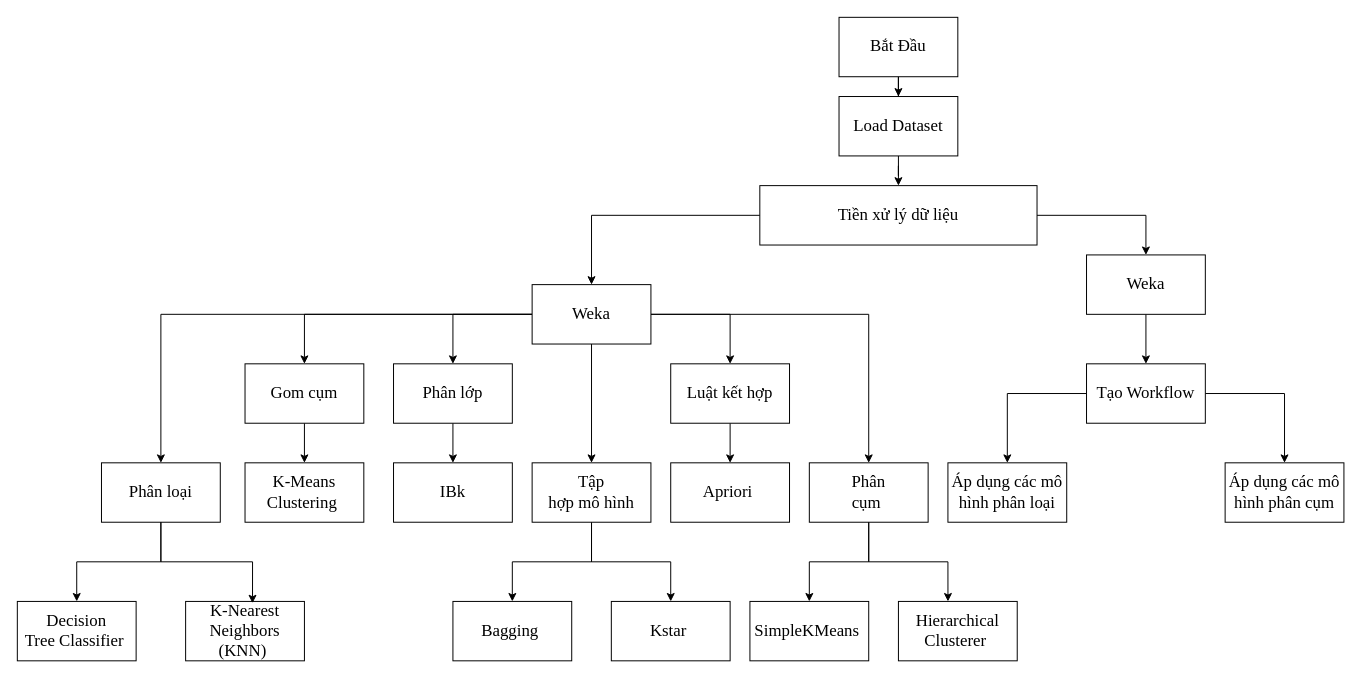
Before: Biểu đồ không có tiêu đề.drawio in holyminhlu/Python, a draw.io diagram. Source tidied: cells renumbered, new cells numbered last; positions are measured from the earlier drawing's top-left corner, leaving out a move shared by most shapes. Both pictures are drawn from the tidied source at 99%, with x=0, y=0 at pixel (17, 17).
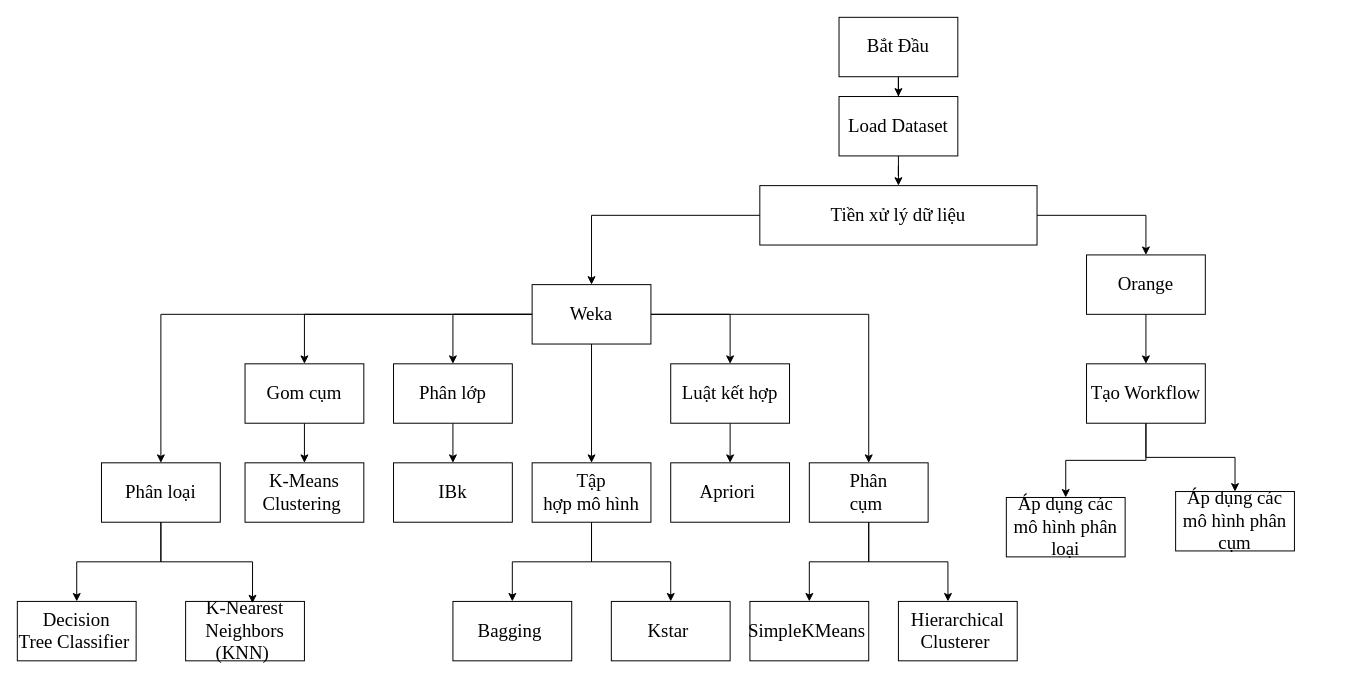
The same diagram, later.

Commit message:
Cập nhật Biểu đồ không có tiêu đề.drawio

Diff of the diagram source:
```diff
@@
-    <mxCell id="2" style="edgeStyle=orthogonalEdgeStyle;rounded=0;jettySize=auto;html=1;entryX=0.5;entryY=0;entryDx=0;entryDy=0;fontSize=17;fontFamily=Times New Roman;" parent="1" edge="1" source="3" target="5">
+    <mxCell id="2" style="edgeStyle=orthogonalEdgeStyle;rounded=0;jettySize=auto;html=1;entryX=0.5;entryY=0;entryDx=0;entryDy=0;fontSize=19;fontFamily=Times New Roman;" parent="1" edge="1" source="3" target="5">
       <mxGeometry relative="1" as="geometry" />
     </mxCell>
-    <mxCell id="3" value="Bắt Đầu" style="rounded=0;whiteSpace=wrap;html=1;fontSize=17;fontFamily=Times New Roman;" parent="1" vertex="1">
+    <mxCell id="3" value="Bắt Đầu" style="rounded=0;whiteSpace=wrap;html=1;fontSize=19;fontFamily=Times New Roman;" parent="1" vertex="1">
       <mxGeometry x="830" width="120" height="60" as="geometry" />
     </mxCell>
-    <mxCell id="4" style="edgeStyle=orthogonalEdgeStyle;rounded=0;jettySize=auto;html=1;entryX=0.5;entryY=0;entryDx=0;entryDy=0;fontSize=17;fontFamily=Times New Roman;" parent="1" edge="1" source="5" target="38">
+    <mxCell id="4" style="edgeStyle=orthogonalEdgeStyle;rounded=0;jettySize=auto;html=1;entryX=0.5;entryY=0;entryDx=0;entryDy=0;fontSize=19;fontFamily=Times New Roman;" parent="1" edge="1" source="5" target="38">
       <mxGeometry relative="1" as="geometry" />
     </mxCell>
-    <mxCell id="5" value="Load Dataset" style="rounded=0;whiteSpace=wrap;html=1;fontSize=17;fontFamily=Times New Roman;" parent="1" vertex="1">
+    <mxCell id="5" value="Load Dataset" style="rounded=0;whiteSpace=wrap;html=1;fontSize=19;fontFamily=Times New Roman;" parent="1" vertex="1">
       <mxGeometry x="830" y="80" width="120" height="60" as="geometry" />
     </mxCell>
-    <mxCell id="6" style="edgeStyle=orthogonalEdgeStyle;rounded=0;jettySize=auto;html=1;fontSize=17;fontFamily=Times New Roman;" parent="1" edge="1" source="12" target="13">
+    <mxCell id="6" style="edgeStyle=orthogonalEdgeStyle;rounded=0;jettySize=auto;html=1;fontSize=19;fontFamily=Times New Roman;" parent="1" edge="1" source="12" target="13">
       <mxGeometry relative="1" as="geometry" />
     </mxCell>
-    <mxCell id="7" style="edgeStyle=orthogonalEdgeStyle;rounded=0;jettySize=auto;html=1;entryX=0.5;entryY=0;entryDx=0;entryDy=0;fontSize=17;fontFamily=Times New Roman;" parent="1" edge="1" source="12" target="19">
+    <mxCell id="7" style="edgeStyle=orthogonalEdgeStyle;rounded=0;jettySize=auto;html=1;entryX=0.5;entryY=0;entryDx=0;entryDy=0;fontSize=19;fontFamily=Times New Roman;" parent="1" edge="1" source="12" target="19">
       <mxGeometry relative="1" as="geometry" />
     </mxCell>
-    <mxCell id="8" style="edgeStyle=orthogonalEdgeStyle;rounded=0;jettySize=auto;html=1;entryX=0.5;entryY=0;entryDx=0;entryDy=0;fontSize=17;fontFamily=Times New Roman;" parent="1" edge="1" source="12" target="22">
+    <mxCell id="8" style="edgeStyle=orthogonalEdgeStyle;rounded=0;jettySize=auto;html=1;entryX=0.5;entryY=0;entryDx=0;entryDy=0;fontSize=19;fontFamily=Times New Roman;" parent="1" edge="1" source="12" target="22">
       <mxGeometry relative="1" as="geometry" />
     </mxCell>
-    <mxCell id="9" style="edgeStyle=orthogonalEdgeStyle;rounded=0;jettySize=auto;html=1;entryX=0.5;entryY=0;entryDx=0;entryDy=0;fontSize=17;fontFamily=Times New Roman;" parent="1" edge="1" source="12" target="26">
+    <mxCell id="9" style="edgeStyle=orthogonalEdgeStyle;rounded=0;jettySize=auto;html=1;entryX=0.5;entryY=0;entryDx=0;entryDy=0;fontSize=19;fontFamily=Times New Roman;" parent="1" edge="1" source="12" target="26">
       <mxGeometry relative="1" as="geometry" />
     </mxCell>
-    <mxCell id="10" style="edgeStyle=orthogonalEdgeStyle;rounded=0;jettySize=auto;html=1;entryX=0.5;entryY=0;entryDx=0;entryDy=0;fontSize=17;fontFamily=Times New Roman;" parent="1" edge="1" source="12" target="30">
+    <mxCell id="10" style="edgeStyle=orthogonalEdgeStyle;rounded=0;jettySize=auto;html=1;entryX=0.5;entryY=0;entryDx=0;entryDy=0;fontSize=19;fontFamily=Times New Roman;" parent="1" edge="1" source="12" target="30">
       <mxGeometry relative="1" as="geometry" />
     </mxCell>
-    <mxCell id="11" style="edgeStyle=orthogonalEdgeStyle;rounded=0;jettySize=auto;html=1;entryX=0.5;entryY=0;entryDx=0;entryDy=0;fontSize=17;fontFamily=Times New Roman;" parent="1" edge="1" source="12" target="35">
+    <mxCell id="11" style="edgeStyle=orthogonalEdgeStyle;rounded=0;jettySize=auto;html=1;entryX=0.5;entryY=0;entryDx=0;entryDy=0;fontSize=19;fontFamily=Times New Roman;" parent="1" edge="1" source="12" target="35">
       <mxGeometry relative="1" as="geometry" />
     </mxCell>
-    <mxCell id="12" value="Weka" style="rounded=0;whiteSpace=wrap;html=1;fontSize=17;fontFamily=Times New Roman;" parent="1" vertex="1">
+    <mxCell id="12" value="Weka" style="rounded=0;whiteSpace=wrap;html=1;fontSize=19;fontFamily=Times New Roman;" parent="1" vertex="1">
       <mxGeometry x="520" y="270" width="120" height="60" as="geometry" />
     </mxCell>
-    <mxCell id="13" value="Phân loại" style="rounded=0;whiteSpace=wrap;html=1;fontSize=17;fontFamily=Times New Roman;" parent="1" vertex="1">
+    <mxCell id="13" value="Phân loại" style="rounded=0;whiteSpace=wrap;html=1;fontSize=19;fontFamily=Times New Roman;" parent="1" vertex="1">
       <mxGeometry x="85" y="450" width="120" height="60" as="geometry" />
     </mxCell>
-    <mxCell id="14" value="&lt;span&gt;Decision&lt;br&gt;Tree Classifier&lt;/span&gt;&lt;span style=&quot;background-color: transparent; color: light-dark(rgb(0, 0, 0), rgb(255, 255, 255));&quot;&gt;&amp;nbsp;&lt;/span&gt;" style="rounded=0;whiteSpace=wrap;html=1;fontSize=17;fontFamily=Times New Roman;" parent="1" vertex="1">
+    <mxCell id="14" value="&lt;span&gt;Decision&lt;br&gt;Tree Classifier&lt;/span&gt;&lt;span style=&quot;background-color: transparent; color: light-dark(rgb(0, 0, 0), rgb(255, 255, 255));&quot;&gt;&amp;nbsp;&lt;/span&gt;" style="rounded=0;whiteSpace=wrap;html=1;fontSize=19;fontFamily=Times New Roman;" parent="1" vertex="1">
       <mxGeometry y="590" width="120" height="60" as="geometry" />
     </mxCell>
-    <mxCell id="15" value="&lt;span&gt;K-Nearest Neighbors (KNN)&amp;nbsp;&lt;/span&gt;" style="rounded=0;whiteSpace=wrap;html=1;fontSize=17;fontFamily=Times New Roman;" parent="1" vertex="1">
+    <mxCell id="15" value="&lt;span&gt;K-Nearest Neighbors (KNN)&amp;nbsp;&lt;/span&gt;" style="rounded=0;whiteSpace=wrap;html=1;fontSize=19;fontFamily=Times New Roman;" parent="1" vertex="1">
       <mxGeometry x="170" y="590" width="120" height="60" as="geometry" />
     </mxCell>
-    <mxCell id="16" style="edgeStyle=orthogonalEdgeStyle;rounded=0;jettySize=auto;html=1;entryX=0.5;entryY=0;entryDx=0;entryDy=0;fontSize=17;fontFamily=Times New Roman;" parent="1" edge="1" source="13" target="14">
+    <mxCell id="16" style="edgeStyle=orthogonalEdgeStyle;rounded=0;jettySize=auto;html=1;entryX=0.5;entryY=0;entryDx=0;entryDy=0;fontSize=19;fontFamily=Times New Roman;" parent="1" edge="1" source="13" target="14">
       <mxGeometry relative="1" as="geometry" />
     </mxCell>
-    <mxCell id="17" style="edgeStyle=orthogonalEdgeStyle;rounded=0;jettySize=auto;html=1;entryX=0.563;entryY=0.03;entryDx=0;entryDy=0;entryPerimeter=0;fontSize=17;fontFamily=Times New Roman;" parent="1" edge="1" source="13" target="15">
+    <mxCell id="17" style="edgeStyle=orthogonalEdgeStyle;rounded=0;jettySize=auto;html=1;entryX=0.563;entryY=0.03;entryDx=0;entryDy=0;entryPerimeter=0;fontSize=19;fontFamily=Times New Roman;" parent="1" edge="1" source="13" target="15">
       <mxGeometry relative="1" as="geometry" />
     </mxCell>
-    <mxCell id="18" style="edgeStyle=orthogonalEdgeStyle;rounded=0;jettySize=auto;html=1;entryX=0.5;entryY=0;entryDx=0;entryDy=0;fontSize=17;fontFamily=Times New Roman;" parent="1" edge="1" source="19" target="20">
+    <mxCell id="18" style="edgeStyle=orthogonalEdgeStyle;rounded=0;jettySize=auto;html=1;entryX=0.5;entryY=0;entryDx=0;entryDy=0;fontSize=19;fontFamily=Times New Roman;" parent="1" edge="1" source="19" target="20">
       <mxGeometry relative="1" as="geometry" />
     </mxCell>
-    <mxCell id="19" value="Gom cụm" style="rounded=0;whiteSpace=wrap;html=1;fontSize=17;fontFamily=Times New Roman;" parent="1" vertex="1">
+    <mxCell id="19" value="Gom cụm" style="rounded=0;whiteSpace=wrap;html=1;fontSize=19;fontFamily=Times New Roman;" parent="1" vertex="1">
       <mxGeometry x="230" y="350" width="120" height="60" as="geometry" />
     </mxCell>
-    <mxCell id="20" value="&lt;span&gt;K-Means&lt;br&gt;Clustering&amp;nbsp;&lt;/span&gt;" style="rounded=0;whiteSpace=wrap;html=1;fontSize=17;fontFamily=Times New Roman;" parent="1" vertex="1">
+    <mxCell id="20" value="&lt;span&gt;K-Means&lt;br&gt;Clustering&amp;nbsp;&lt;/span&gt;" style="rounded=0;whiteSpace=wrap;html=1;fontSize=19;fontFamily=Times New Roman;" parent="1" vertex="1">
       <mxGeometry x="230" y="450" width="120" height="60" as="geometry" />
     </mxCell>
-    <mxCell id="21" style="edgeStyle=orthogonalEdgeStyle;rounded=0;jettySize=auto;html=1;fontSize=17;fontFamily=Times New Roman;" parent="1" edge="1" source="22" target="23">
+    <mxCell id="21" style="edgeStyle=orthogonalEdgeStyle;rounded=0;jettySize=auto;html=1;fontSize=19;fontFamily=Times New Roman;" parent="1" edge="1" source="22" target="23">
       <mxGeometry relative="1" as="geometry" />
     </mxCell>
-    <mxCell id="22" value="Phân lớp" style="rounded=0;whiteSpace=wrap;html=1;fontSize=17;fontFamily=Times New Roman;" parent="1" vertex="1">
+    <mxCell id="22" value="Phân lớp" style="rounded=0;whiteSpace=wrap;html=1;fontSize=19;fontFamily=Times New Roman;" parent="1" vertex="1">
       <mxGeometry x="380" y="350" width="120" height="60" as="geometry" />
     </mxCell>
-    <mxCell id="23" value="&lt;span&gt;IBk&lt;/span&gt;" style="rounded=0;whiteSpace=wrap;html=1;fontSize=17;fontFamily=Times New Roman;" parent="1" vertex="1">
+    <mxCell id="23" value="&lt;span&gt;IBk&lt;/span&gt;" style="rounded=0;whiteSpace=wrap;html=1;fontSize=19;fontFamily=Times New Roman;" parent="1" vertex="1">
       <mxGeometry x="380" y="450" width="120" height="60" as="geometry" />
     </mxCell>
-    <mxCell id="24" style="edgeStyle=orthogonalEdgeStyle;rounded=0;jettySize=auto;html=1;entryX=0.5;entryY=0;entryDx=0;entryDy=0;fontSize=17;fontFamily=Times New Roman;" parent="1" edge="1" source="26" target="27">
+    <mxCell id="24" style="edgeStyle=orthogonalEdgeStyle;rounded=0;jettySize=auto;html=1;entryX=0.5;entryY=0;entryDx=0;entryDy=0;fontSize=19;fontFamily=Times New Roman;" parent="1" edge="1" source="26" target="27">
       <mxGeometry relative="1" as="geometry" />
     </mxCell>
-    <mxCell id="25" style="edgeStyle=orthogonalEdgeStyle;rounded=0;jettySize=auto;html=1;entryX=0.5;entryY=0;entryDx=0;entryDy=0;fontSize=17;fontFamily=Times New Roman;" parent="1" edge="1" source="26" target="28">
+    <mxCell id="25" style="edgeStyle=orthogonalEdgeStyle;rounded=0;jettySize=auto;html=1;entryX=0.5;entryY=0;entryDx=0;entryDy=0;fontSize=19;fontFamily=Times New Roman;" parent="1" edge="1" source="26" target="28">
       <mxGeometry relative="1" as="geometry" />
     </mxCell>
-    <mxCell id="26" value="&lt;span&gt;Tập&lt;br&gt;hợp mô hình&lt;/span&gt;" style="rounded=0;whiteSpace=wrap;html=1;fontSize=17;fontFamily=Times New Roman;" parent="1" vertex="1">
+    <mxCell id="26" value="&lt;span&gt;Tập&lt;br&gt;hợp mô hình&lt;/span&gt;" style="rounded=0;whiteSpace=wrap;html=1;fontSize=19;fontFamily=Times New Roman;" parent="1" vertex="1">
       <mxGeometry x="520" y="450" width="120" height="60" as="geometry" />
     </mxCell>
-    <mxCell id="27" value="&lt;span&gt;Bagging&amp;nbsp;&lt;/span&gt;" style="rounded=0;whiteSpace=wrap;html=1;fontSize=17;fontFamily=Times New Roman;" parent="1" vertex="1">
+    <mxCell id="27" value="&lt;span&gt;Bagging&amp;nbsp;&lt;/span&gt;" style="rounded=0;whiteSpace=wrap;html=1;fontSize=19;fontFamily=Times New Roman;" parent="1" vertex="1">
       <mxGeometry x="440" y="590" width="120" height="60" as="geometry" />
     </mxCell>
-    <mxCell id="28" value="&lt;span&gt;Kstar&amp;nbsp;&lt;/span&gt;" style="rounded=0;whiteSpace=wrap;html=1;fontSize=17;fontFamily=Times New Roman;" parent="1" vertex="1">
+    <mxCell id="28" value="&lt;span&gt;Kstar&amp;nbsp;&lt;/span&gt;" style="rounded=0;whiteSpace=wrap;html=1;fontSize=19;fontFamily=Times New Roman;" parent="1" vertex="1">
       <mxGeometry x="600" y="590" width="120" height="60" as="geometry" />
     </mxCell>
-    <mxCell id="29" style="edgeStyle=orthogonalEdgeStyle;rounded=0;jettySize=auto;html=1;entryX=0.5;entryY=0;entryDx=0;entryDy=0;fontSize=17;fontFamily=Times New Roman;" parent="1" edge="1" source="30" target="31">
+    <mxCell id="29" style="edgeStyle=orthogonalEdgeStyle;rounded=0;jettySize=auto;html=1;entryX=0.5;entryY=0;entryDx=0;entryDy=0;fontSize=19;fontFamily=Times New Roman;" parent="1" edge="1" source="30" target="31">
       <mxGeometry relative="1" as="geometry" />
     </mxCell>
-    <mxCell id="30" value="&lt;span&gt;Phân&lt;br&gt;cụm&amp;nbsp;&lt;/span&gt;" style="rounded=0;whiteSpace=wrap;html=1;fontSize=17;fontFamily=Times New Roman;" parent="1" vertex="1">
+    <mxCell id="30" value="&lt;span&gt;Phân&lt;br&gt;cụm&amp;nbsp;&lt;/span&gt;" style="rounded=0;whiteSpace=wrap;html=1;fontSize=19;fontFamily=Times New Roman;" parent="1" vertex="1">
       <mxGeometry x="800" y="450" width="120" height="60" as="geometry" />
     </mxCell>
-    <mxCell id="31" value="&lt;span&gt;SimpleKMeans&amp;nbsp;&lt;/span&gt;" style="rounded=0;whiteSpace=wrap;html=1;fontSize=17;fontFamily=Times New Roman;" parent="1" vertex="1">
+    <mxCell id="31" value="&lt;span&gt;SimpleKMeans&amp;nbsp;&lt;/span&gt;" style="rounded=0;whiteSpace=wrap;html=1;fontSize=19;fontFamily=Times New Roman;" parent="1" vertex="1">
       <mxGeometry x="740" y="590" width="120" height="60" as="geometry" />
     </mxCell>
-    <mxCell id="32" value="&lt;span&gt;Hierarchical&lt;br&gt;Clusterer&amp;nbsp;&lt;/span&gt;" style="rounded=0;whiteSpace=wrap;html=1;fontSize=17;fontFamily=Times New Roman;" parent="1" vertex="1">
+    <mxCell id="32" value="&lt;span&gt;Hierarchical&lt;br&gt;Clusterer&amp;nbsp;&lt;/span&gt;" style="rounded=0;whiteSpace=wrap;html=1;fontSize=19;fontFamily=Times New Roman;" parent="1" vertex="1">
       <mxGeometry x="890" y="590" width="120" height="60" as="geometry" />
     </mxCell>
-    <mxCell id="33" style="edgeStyle=orthogonalEdgeStyle;rounded=0;jettySize=auto;html=1;entryX=0.417;entryY=0;entryDx=0;entryDy=0;entryPerimeter=0;fontSize=17;fontFamily=Times New Roman;" parent="1" edge="1" source="30" target="32">
+    <mxCell id="33" style="edgeStyle=orthogonalEdgeStyle;rounded=0;jettySize=auto;html=1;entryX=0.417;entryY=0;entryDx=0;entryDy=0;entryPerimeter=0;fontSize=19;fontFamily=Times New Roman;" parent="1" edge="1" source="30" target="32">
       <mxGeometry relative="1" as="geometry" />
     </mxCell>
-    <mxCell id="34" style="edgeStyle=orthogonalEdgeStyle;rounded=0;jettySize=auto;html=1;entryX=0.5;entryY=0;entryDx=0;entryDy=0;fontSize=17;fontFamily=Times New Roman;" parent="1" edge="1" source="35" target="36">
+    <mxCell id="34" style="edgeStyle=orthogonalEdgeStyle;rounded=0;jettySize=auto;html=1;entryX=0.5;entryY=0;entryDx=0;entryDy=0;fontSize=19;fontFamily=Times New Roman;" parent="1" edge="1" source="35" target="36">
       <mxGeometry relative="1" as="geometry" />
     </mxCell>
-    <mxCell id="35" value="Luật kết hợp" style="rounded=0;whiteSpace=wrap;html=1;fontSize=17;fontFamily=Times New Roman;" parent="1" vertex="1">
+    <mxCell id="35" value="Luật kết hợp" style="rounded=0;whiteSpace=wrap;html=1;fontSize=19;fontFamily=Times New Roman;" parent="1" vertex="1">
       <mxGeometry x="660" y="350" width="120" height="60" as="geometry" />
     </mxCell>
-    <mxCell id="36" value="&lt;span&gt;Apriori&amp;nbsp;&lt;/span&gt;" style="rounded=0;whiteSpace=wrap;html=1;fontSize=17;fontFamily=Times New Roman;" parent="1" vertex="1">
+    <mxCell id="36" value="&lt;span&gt;Apriori&amp;nbsp;&lt;/span&gt;" style="rounded=0;whiteSpace=wrap;html=1;fontSize=19;fontFamily=Times New Roman;" parent="1" vertex="1">
       <mxGeometry x="660" y="450" width="120" height="60" as="geometry" />
     </mxCell>
-    <mxCell id="37" style="edgeStyle=orthogonalEdgeStyle;rounded=0;jettySize=auto;html=1;entryX=0.5;entryY=0;entryDx=0;entryDy=0;fontSize=17;fontFamily=Times New Roman;" parent="1" edge="1" source="38" target="41">
+    <mxCell id="37" style="edgeStyle=orthogonalEdgeStyle;rounded=0;jettySize=auto;html=1;entryX=0.5;entryY=0;entryDx=0;entryDy=0;fontSize=19;fontFamily=Times New Roman;" parent="1" edge="1" source="38" target="41">
       <mxGeometry relative="1" as="geometry" />
     </mxCell>
-    <mxCell id="38" value="Tiền xử lý dữ liệu" style="rounded=0;whiteSpace=wrap;html=1;fontSize=17;fontFamily=Times New Roman;" parent="1" vertex="1">
+    <mxCell id="38" value="Tiền xử lý dữ liệu" style="rounded=0;whiteSpace=wrap;html=1;fontSize=19;fontFamily=Times New Roman;" parent="1" vertex="1">
       <mxGeometry x="750" y="170" width="280" height="60" as="geometry" />
     </mxCell>
-    <mxCell id="39" style="edgeStyle=orthogonalEdgeStyle;rounded=0;jettySize=auto;html=1;entryX=0.5;entryY=0;entryDx=0;entryDy=0;fontSize=17;fontFamily=Times New Roman;" parent="1" edge="1" source="38" target="12">
+    <mxCell id="39" style="edgeStyle=orthogonalEdgeStyle;rounded=0;jettySize=auto;html=1;entryX=0.5;entryY=0;entryDx=0;entryDy=0;fontSize=19;fontFamily=Times New Roman;" parent="1" edge="1" source="38" target="12">
       <mxGeometry relative="1" as="geometry" />
     </mxCell>
-    <mxCell id="40" style="edgeStyle=orthogonalEdgeStyle;rounded=0;jettySize=auto;html=1;entryX=0.5;entryY=0;entryDx=0;entryDy=0;fontSize=17;fontFamily=Times New Roman;" parent="1" edge="1" source="41" target="44">
+    <mxCell id="40" style="edgeStyle=orthogonalEdgeStyle;rounded=0;jettySize=auto;html=1;entryX=0.5;entryY=0;entryDx=0;entryDy=0;fontSize=19;fontFamily=Times New Roman;" parent="1" edge="1" source="41" target="44">
       <mxGeometry relative="1" as="geometry" />
     </mxCell>
-    <mxCell id="41" value="Weka" style="rounded=0;whiteSpace=wrap;html=1;fontSize=17;fontFamily=Times New Roman;" parent="1" vertex="1">
+    <mxCell id="41" value="Orange" style="rounded=0;whiteSpace=wrap;html=1;fontSize=19;fontFamily=Times New Roman;" parent="1" vertex="1">
       <mxGeometry x="1080" y="240" width="120" height="60" as="geometry" />
     </mxCell>
-    <mxCell id="42" style="edgeStyle=orthogonalEdgeStyle;rounded=0;jettySize=auto;html=1;fontSize=17;fontFamily=Times New Roman;" parent="1" edge="1" source="44" target="45">
+    <mxCell id="42" style="edgeStyle=orthogonalEdgeStyle;rounded=0;jettySize=auto;html=1;fontSize=19;fontFamily=Times New Roman;" parent="1" edge="1" source="44" target="45">
       <mxGeometry relative="1" as="geometry" />
     </mxCell>
-    <mxCell id="43" style="edgeStyle=orthogonalEdgeStyle;rounded=0;jettySize=auto;html=1;entryX=0.5;entryY=0;entryDx=0;entryDy=0;fontSize=17;fontFamily=Times New Roman;" parent="1" edge="1" source="44" target="46">
+    <mxCell id="43" style="edgeStyle=orthogonalEdgeStyle;rounded=0;jettySize=auto;html=1;entryX=0.5;entryY=0;entryDx=0;entryDy=0;fontSize=19;fontFamily=Times New Roman;" parent="1" edge="1" source="44" target="46">
       <mxGeometry relative="1" as="geometry" />
     </mxCell>
-    <mxCell id="44" value="Tạo Workflow" style="rounded=0;whiteSpace=wrap;html=1;fontSize=17;fontFamily=Times New Roman;" parent="1" vertex="1">
+    <mxCell id="44" value="Tạo Workflow" style="rounded=0;whiteSpace=wrap;html=1;fontSize=19;fontFamily=Times New Roman;" parent="1" vertex="1">
       <mxGeometry x="1080" y="350" width="120" height="60" as="geometry" />
     </mxCell>
-    <mxCell id="45" value="&lt;font&gt;&lt;span&gt;Áp dụng các mô hình phân loại&lt;/span&gt;&lt;/font&gt;" style="rounded=0;whiteSpace=wrap;html=1;fontSize=17;fontFamily=Times New Roman;" parent="1" vertex="1">
-      <mxGeometry x="940" y="450" width="120" height="60" as="geometry" />
+    <mxCell id="45" value="&lt;font&gt;&lt;span&gt;Áp dụng các mô hình phân loại&lt;/span&gt;&lt;/font&gt;" style="rounded=0;whiteSpace=wrap;html=1;fontSize=19;fontFamily=Times New Roman;" parent="1" vertex="1">
+      <mxGeometry x="999" y="485" width="120" height="60" as="geometry" />
     </mxCell>
-    <mxCell id="46" value="&lt;font&gt;&lt;span&gt;Áp dụng các mô hình phân cụm&lt;/span&gt;&lt;/font&gt;" style="rounded=0;whiteSpace=wrap;html=1;fontSize=17;fontFamily=Times New Roman;" parent="1" vertex="1">
-      <mxGeometry x="1220" y="450" width="120" height="60" as="geometry" />
+    <mxCell id="46" value="&lt;font&gt;&lt;span&gt;Áp dụng các mô hình phân cụm&lt;/span&gt;&lt;/font&gt;" style="rounded=0;whiteSpace=wrap;html=1;fontSize=19;fontFamily=Times New Roman;" parent="1" vertex="1">
+      <mxGeometry x="1170" y="479" width="120" height="60" as="geometry" />
     </mxCell>
```
